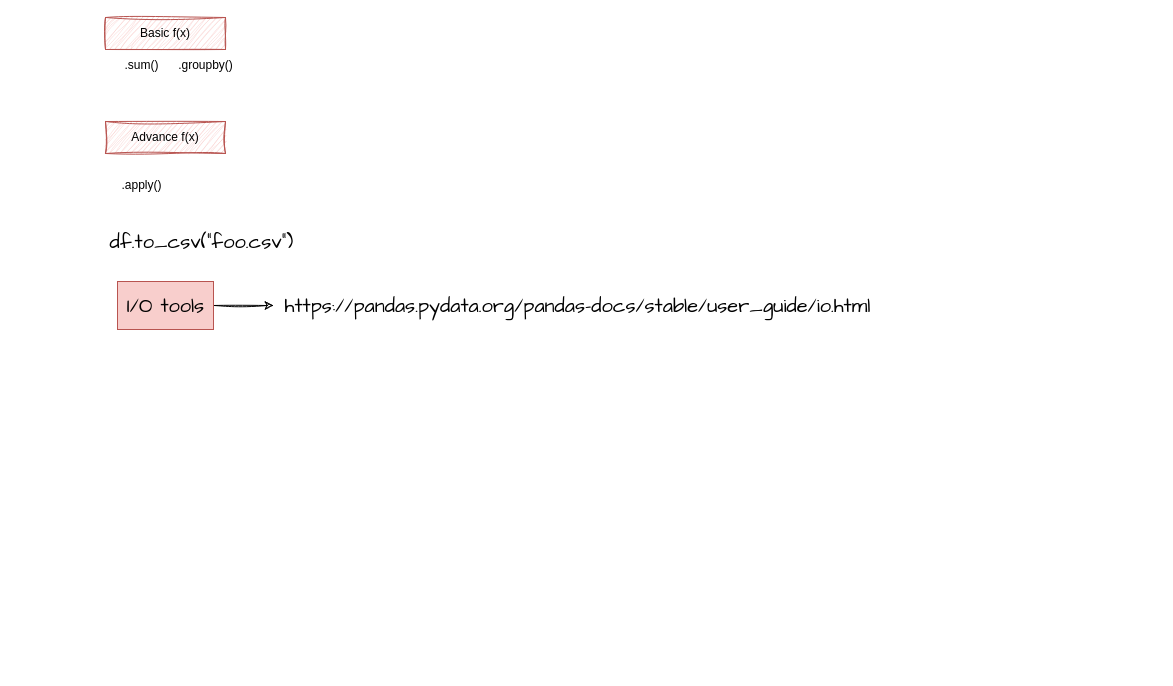
Above: Sprint_1_AnyoneAI.drawio in Innoktiv/drawio (draw.io), before the change. Source tidied: cells renumbered, new cells numbered last; positions are measured from the earlier drawing's top-left corner, leaving out a move shared by most shapes. Both pictures are drawn from the tidied source at 100%, with x=0, y=0 at pixel (97, 17).
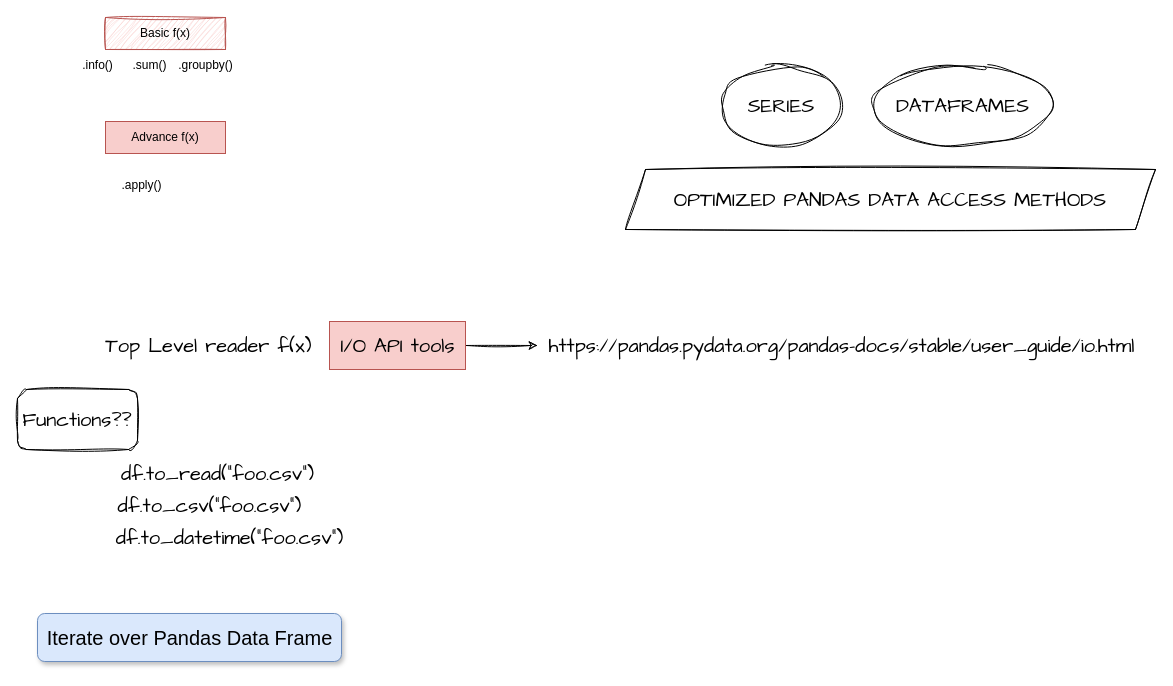
After the change.

The edit, as a diff of the source:
```diff
@@
 <mxGraphModel>
   <root>
     <mxCell id="0" />
     <mxCell id="1" parent="0" />
     <mxCell id="2" value=".apply()" style="text;html=1;align=center;verticalAlign=middle;strokeColor=none;fillColor=none;rounded=0;sketch=1;curveFitting=1;jiggle=2;" parent="1" vertex="1">
       <mxGeometry x="12" y="152" width="64" height="32" as="geometry" />
     </mxCell>
-    <mxCell id="3" value="Advance f(x)" style="rounded=0;whiteSpace=wrap;html=1;fillColor=#f8cecc;strokeColor=#b85450;sketch=1;curveFitting=1;jiggle=2;" parent="1" vertex="1">
+    <mxCell id="3" value="Advance f(x)" style="rounded=0;whiteSpace=wrap;html=1;fillColor=#f8cecc;strokeColor=#b85450;" parent="1" vertex="1">
       <mxGeometry x="8" y="104" width="120" height="32" as="geometry" />
     </mxCell>
     <mxCell id="4" value="Basic f(x)" style="rounded=0;whiteSpace=wrap;html=1;fillColor=#f8cecc;strokeColor=#b85450;sketch=1;curveFitting=1;jiggle=2;" parent="1" vertex="1">
       <mxGeometry x="8" width="120" height="32" as="geometry" />
     </mxCell>
     <mxCell id="5" value=".sum()" style="text;html=1;align=center;verticalAlign=middle;strokeColor=none;fillColor=none;rounded=0;sketch=1;curveFitting=1;jiggle=2;" parent="1" vertex="1">
-      <mxGeometry x="16" y="32" width="56" height="32" as="geometry" />
+      <mxGeometry x="24" y="32" width="56" height="32" as="geometry" />
     </mxCell>
     <mxCell id="6" value=".groupby()" style="text;html=1;align=center;verticalAlign=middle;strokeColor=none;fillColor=none;rounded=0;sketch=1;curveFitting=1;jiggle=2;" parent="1" vertex="1">
       <mxGeometry x="72" y="32" width="72" height="32" as="geometry" />
     </mxCell>
     <mxCell id="7" value="df.to_csv(&quot;foo.csv&quot;)" style="text;html=1;align=center;verticalAlign=middle;fontSize=20;fontFamily=Architects Daughter;" parent="1" vertex="1">
-      <mxGeometry y="200" width="208" height="48" as="geometry" />
+      <mxGeometry x="8" y="464" width="208" height="48" as="geometry" />
     </mxCell>
     <mxCell id="8" style="edgeStyle=orthogonalEdgeStyle;rounded=0;sketch=1;hachureGap=4;jiggle=2;curveFitting=1;jettySize=auto;html=1;fontFamily=Architects Daughter;fontSize=16;" parent="1" edge="1" source="9" target="10">
       <mxGeometry relative="1" as="geometry" />
     </mxCell>
-    <mxCell id="9" value="I/O tools" style="text;html=1;align=center;verticalAlign=middle;points=[];strokeColor=#b85450;fillColor=#f8cecc;fontSize=20;fontFamily=Architects Daughter;" parent="1" vertex="1">
-      <mxGeometry x="20" y="264" width="96" height="48" as="geometry" />
+    <mxCell id="9" value="I/O API tools" style="text;html=1;align=center;verticalAlign=middle;points=[];strokeColor=#b85450;fillColor=#f8cecc;fontSize=20;fontFamily=Architects Daughter;" parent="1" vertex="1">
+      <mxGeometry x="232" y="304" width="136" height="48" as="geometry" />
     </mxCell>
     <mxCell id="10" value="https://pandas.pydata.org/pandas-docs/stable/user_guide/io.html" style="text;html=1;align=center;verticalAlign=middle;points=[];strokeColor=none;fillColor=none;fontSize=20;fontFamily=Architects Daughter;" parent="1" vertex="1">
-      <mxGeometry x="176" y="264" width="608" height="48" as="geometry" />
+      <mxGeometry x="440" y="304" width="608" height="48" as="geometry" />
     </mxCell>
+    <mxCell id="11" value="Top Level reader f(x)" style="text;html=1;align=center;verticalAlign=middle;strokeColor=none;fillColor=none;fontSize=20;fontFamily=Architects Daughter;" parent="1" vertex="1">
+      <mxGeometry x="-1" y="304" width="224" height="48" as="geometry" />
+    </mxCell>
+    <mxCell id="12" value="df.to_datetime(&quot;foo.csv&quot;)" style="text;html=1;align=center;verticalAlign=middle;fontSize=20;fontFamily=Architects Daughter;" parent="1" vertex="1">
+      <mxGeometry x="8" y="496" width="248" height="48" as="geometry" />
+    </mxCell>
+    <mxCell id="13" value="df.to_read(&quot;foo.csv&quot;)" style="text;html=1;align=center;verticalAlign=middle;fontSize=20;fontFamily=Architects Daughter;" parent="1" vertex="1">
+      <mxGeometry x="12" y="432" width="216" height="48" as="geometry" />
+    </mxCell>
+    <mxCell id="14" value="Functions??" style="rounded=1;whiteSpace=wrap;html=1;sketch=1;hachureGap=4;jiggle=2;curveFitting=1;fontFamily=Architects Daughter;fontSize=20;" parent="1" vertex="1">
+      <mxGeometry x="-80" y="372" width="120" height="60" as="geometry" />
+    </mxCell>
+    <mxCell id="15" value=".info()" style="text;html=1;align=center;verticalAlign=middle;strokeColor=none;fillColor=none;rounded=0;sketch=1;curveFitting=1;jiggle=2;" parent="1" vertex="1">
+      <mxGeometry x="-24" y="32" width="48" height="32" as="geometry" />
+    </mxCell>
+    <mxCell id="16" value="Iterate over Pandas Data Frame" style="text;html=1;align=center;verticalAlign=middle;fontSize=20;fontFamily=Helvetica;shadow=1;rounded=1;fillColor=#dae8fc;strokeColor=#6c8ebf;" parent="1" vertex="1">
+      <mxGeometry x="-60" y="596" width="304" height="48" as="geometry" />
+    </mxCell>
+    <mxCell id="17" value="SERIES" style="ellipse;whiteSpace=wrap;html=1;sketch=1;hachureGap=4;jiggle=2;curveFitting=1;fontFamily=Architects Daughter;fontSize=20;" parent="1" vertex="1">
+      <mxGeometry x="624" y="48" width="120" height="80" as="geometry" />
+    </mxCell>
+    <mxCell id="18" value="DATAFRAMES" style="ellipse;whiteSpace=wrap;html=1;sketch=1;hachureGap=4;jiggle=2;curveFitting=1;fontFamily=Architects Daughter;fontSize=20;" parent="1" vertex="1">
+      <mxGeometry x="776" y="48" width="179" height="80" as="geometry" />
+    </mxCell>
+    <mxCell id="19" value="OPTIMIZED PANDAS DATA ACCESS METHODS" style="shape=parallelogram;perimeter=parallelogramPerimeter;whiteSpace=wrap;html=1;fixedSize=1;sketch=1;hachureGap=4;jiggle=2;curveFitting=1;fontFamily=Architects Daughter;fontSize=20;" parent="1" vertex="1">
+      <mxGeometry x="528" y="152" width="530" height="60" as="geometry" />
+    </mxCell>
   </root>
 </mxGraphModel>
```
